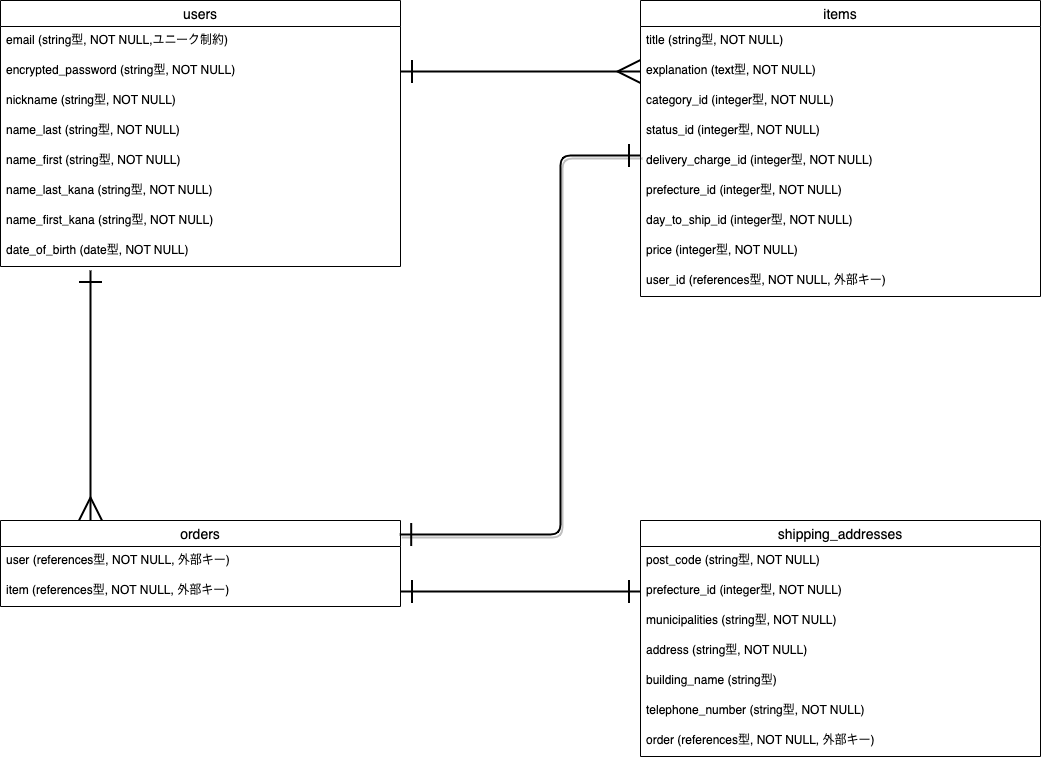
Earlier version of the draw.io export furima.png (mocchio/furima-38971). Source tidied: cells renumbered, new cells last; positions are measured from the earlier drawing's top-left corner, leaving out a move shared by most shapes. Source of this version:
```xml
<mxGraphModel>
  <root>
    <mxCell id="0" />
    <mxCell id="1" parent="0" />
    <mxCell id="2" value="users" style="swimlane;fontStyle=0;horizontal=1;startSize=26;align=center;fontSize=14;" parent="1" vertex="1">
      <mxGeometry width="400" height="266" as="geometry" />
    </mxCell>
    <mxCell id="3" value="email (string型, NOT NULL,ユニーク制約)" style="text;strokeColor=none;fillColor=none;spacingLeft=4;spacingRight=4;overflow=hidden;fontSize=12;" parent="2" vertex="1">
      <mxGeometry y="26" width="400" height="30" as="geometry" />
    </mxCell>
    <mxCell id="4" value="encrypted_password (string型, NOT NULL)" style="text;strokeColor=none;fillColor=none;spacingLeft=4;spacingRight=4;overflow=hidden;points=[[0,0.5],[1,0.5]];portConstraint=eastwest;fontSize=12;" parent="2" vertex="1">
      <mxGeometry y="56" width="400" height="30" as="geometry" />
    </mxCell>
    <mxCell id="5" value="nickname (string型, NOT NULL)" style="text;strokeColor=none;fillColor=none;spacingLeft=4;spacingRight=4;overflow=hidden;fontSize=12;" parent="2" vertex="1">
      <mxGeometry y="86" width="400" height="30" as="geometry" />
    </mxCell>
    <mxCell id="6" value="name_last (string型, NOT NULL)" style="text;strokeColor=none;fillColor=none;spacingLeft=4;spacingRight=4;overflow=hidden;fontSize=12;" parent="2" vertex="1">
      <mxGeometry y="116" width="400" height="30" as="geometry" />
    </mxCell>
    <mxCell id="7" value="name_first (string型, NOT NULL)" style="text;strokeColor=none;fillColor=none;spacingLeft=4;spacingRight=4;overflow=hidden;fontSize=12;" parent="2" vertex="1">
      <mxGeometry y="146" width="400" height="30" as="geometry" />
    </mxCell>
    <mxCell id="8" value="name_last_kana (string型, NOT NULL)" style="text;strokeColor=none;fillColor=none;spacingLeft=4;spacingRight=4;overflow=hidden;fontSize=12;" parent="2" vertex="1">
      <mxGeometry y="176" width="400" height="30" as="geometry" />
    </mxCell>
    <mxCell id="9" value="name_first_kana (string型, NOT NULL)" style="text;strokeColor=none;fillColor=none;spacingLeft=4;spacingRight=4;overflow=hidden;fontSize=12;" parent="2" vertex="1">
      <mxGeometry y="206" width="400" height="30" as="geometry" />
    </mxCell>
    <mxCell id="10" value="date_of_birth (date型, NOT NULL)" style="text;strokeColor=none;fillColor=none;spacingLeft=4;spacingRight=4;overflow=hidden;fontSize=12;" parent="2" vertex="1">
      <mxGeometry y="236" width="400" height="30" as="geometry" />
    </mxCell>
    <mxCell id="11" value="items" style="swimlane;fontStyle=0;horizontal=1;startSize=26;align=center;fontSize=14;" parent="1" vertex="1">
      <mxGeometry x="640" width="400" height="296" as="geometry" />
    </mxCell>
    <mxCell id="12" value="title (string型, NOT NULL)" style="text;strokeColor=none;fillColor=none;spacingLeft=4;spacingRight=4;overflow=hidden;fontSize=12;" parent="11" vertex="1">
      <mxGeometry y="26" width="400" height="30" as="geometry" />
    </mxCell>
    <mxCell id="13" value="explanation (text型, NOT NULL) " style="text;strokeColor=none;fillColor=none;spacingLeft=4;spacingRight=4;overflow=hidden;points=[[0,0.5],[1,0.5]];portConstraint=eastwest;fontSize=12;" parent="11" vertex="1">
      <mxGeometry y="56" width="400" height="30" as="geometry" />
    </mxCell>
    <mxCell id="14" value="category_id (integer型, NOT NULL)" style="text;strokeColor=none;fillColor=none;spacingLeft=4;spacingRight=4;overflow=hidden;fontSize=12;" parent="11" vertex="1">
      <mxGeometry y="86" width="400" height="30" as="geometry" />
    </mxCell>
    <mxCell id="15" value="status_id (integer型, NOT NULL) " style="text;strokeColor=none;fillColor=none;spacingLeft=4;spacingRight=4;overflow=hidden;fontSize=12;" parent="11" vertex="1">
      <mxGeometry y="116" width="400" height="30" as="geometry" />
    </mxCell>
    <mxCell id="16" value="delivery_charge_id (integer型, NOT NULL)" style="text;strokeColor=none;fillColor=none;spacingLeft=4;spacingRight=4;overflow=hidden;fontSize=12;" parent="11" vertex="1">
      <mxGeometry y="146" width="400" height="30" as="geometry" />
    </mxCell>
    <mxCell id="17" value="prefecture_id (integer型, NOT NULL)" style="text;strokeColor=none;fillColor=none;spacingLeft=4;spacingRight=4;overflow=hidden;fontSize=12;" parent="11" vertex="1">
      <mxGeometry y="176" width="400" height="30" as="geometry" />
    </mxCell>
    <mxCell id="18" value="day_to_ship_id (integer型, NOT NULL) " style="text;strokeColor=none;fillColor=none;spacingLeft=4;spacingRight=4;overflow=hidden;fontSize=12;" parent="11" vertex="1">
      <mxGeometry y="206" width="400" height="30" as="geometry" />
    </mxCell>
    <mxCell id="19" value="price (integer型, NOT NULL)" style="text;strokeColor=none;fillColor=none;spacingLeft=4;spacingRight=4;overflow=hidden;fontSize=12;" parent="11" vertex="1">
      <mxGeometry y="236" width="400" height="30" as="geometry" />
    </mxCell>
    <mxCell id="20" value="user_id (references型, NOT NULL, 外部キー)" style="text;strokeColor=none;fillColor=none;spacingLeft=4;spacingRight=4;overflow=hidden;fontSize=12;" parent="11" vertex="1">
      <mxGeometry y="266" width="400" height="30" as="geometry" />
    </mxCell>
    <mxCell id="21" value="orders" style="swimlane;fontStyle=0;horizontal=1;startSize=26;align=center;fontSize=14;" parent="1" vertex="1">
      <mxGeometry y="520" width="400" height="86" as="geometry" />
    </mxCell>
    <mxCell id="22" value="user (references型, NOT NULL, 外部キー)" style="text;strokeColor=none;fillColor=none;spacingLeft=4;spacingRight=4;overflow=hidden;fontSize=12;" parent="21" vertex="1">
      <mxGeometry y="26" width="400" height="30" as="geometry" />
    </mxCell>
    <mxCell id="23" value="item (references型, NOT NULL, 外部キー)" style="text;strokeColor=none;fillColor=none;spacingLeft=4;spacingRight=4;overflow=hidden;points=[[0,0.5],[1,0.5]];portConstraint=eastwest;fontSize=12;" parent="21" vertex="1">
      <mxGeometry y="56" width="400" height="30" as="geometry" />
    </mxCell>
    <mxCell id="24" value="shipping_addresses" style="swimlane;fontStyle=0;horizontal=1;startSize=26;align=center;fontSize=14;" parent="1" vertex="1">
      <mxGeometry x="640" y="520" width="400" height="236" as="geometry" />
    </mxCell>
    <mxCell id="25" value="post_code (string型, NOT NULL)" style="text;strokeColor=none;fillColor=none;spacingLeft=4;spacingRight=4;overflow=hidden;fontSize=12;" parent="24" vertex="1">
      <mxGeometry y="26" width="400" height="30" as="geometry" />
    </mxCell>
    <mxCell id="26" value="prefecture_id (integer型, NOT NULL)" style="text;strokeColor=none;fillColor=none;spacingLeft=4;spacingRight=4;overflow=hidden;points=[[0,0.5],[1,0.5]];portConstraint=eastwest;fontSize=12;" parent="24" vertex="1">
      <mxGeometry y="56" width="400" height="30" as="geometry" />
    </mxCell>
    <mxCell id="27" value="municipalities (string型, NOT NULL)" style="text;strokeColor=none;fillColor=none;spacingLeft=4;spacingRight=4;overflow=hidden;fontSize=12;" parent="24" vertex="1">
      <mxGeometry y="86" width="400" height="30" as="geometry" />
    </mxCell>
    <mxCell id="28" value="address (string型, NOT NULL)" style="text;strokeColor=none;fillColor=none;spacingLeft=4;spacingRight=4;overflow=hidden;fontSize=12;" parent="24" vertex="1">
      <mxGeometry y="116" width="400" height="30" as="geometry" />
    </mxCell>
    <mxCell id="29" value="building_name (string型)" style="text;strokeColor=none;fillColor=none;spacingLeft=4;spacingRight=4;overflow=hidden;fontSize=12;" parent="24" vertex="1">
      <mxGeometry y="146" width="400" height="30" as="geometry" />
    </mxCell>
    <mxCell id="30" value="telephone_number (string型, NOT NULL)" style="text;strokeColor=none;fillColor=none;spacingLeft=4;spacingRight=4;overflow=hidden;fontSize=12;" parent="24" vertex="1">
      <mxGeometry y="176" width="400" height="30" as="geometry" />
    </mxCell>
    <mxCell id="31" value="order (references型, NOT NULL, 外部キー)" style="text;strokeColor=none;fillColor=none;spacingLeft=4;spacingRight=4;overflow=hidden;fontSize=12;" parent="24" vertex="1">
      <mxGeometry y="206" width="400" height="30" as="geometry" />
    </mxCell>
    <mxCell id="32" style="edgeStyle=none;jumpStyle=none;html=1;exitX=1;exitY=0.5;exitDx=0;exitDy=0;entryX=0;entryY=0.5;entryDx=0;entryDy=0;strokeWidth=2;startArrow=ERone;startFill=0;endArrow=ERmany;endFill=0;endSize=20;startSize=20;" parent="1" edge="1" source="4" target="13">
      <mxGeometry relative="1" as="geometry" />
    </mxCell>
    <mxCell id="33" style="edgeStyle=none;jumpStyle=none;html=1;exitX=1;exitY=0.5;exitDx=0;exitDy=0;entryX=0;entryY=0.5;entryDx=0;entryDy=0;strokeWidth=2;startArrow=ERone;startFill=0;endArrow=ERone;endFill=0;startSize=20;endSize=20;" parent="1" edge="1" source="23" target="26">
      <mxGeometry relative="1" as="geometry" />
    </mxCell>
    <mxCell id="34" style="edgeStyle=none;jumpStyle=none;html=1;exitX=0.998;exitY=0.163;exitDx=0;exitDy=0;strokeWidth=2;startArrow=ERone;startFill=0;endArrow=ERone;endFill=0;startSize=20;endSize=20;shadow=1;exitPerimeter=0;" parent="1" edge="1" source="21">
      <mxGeometry relative="1" as="geometry">
        <mxPoint x="640" y="155" as="targetPoint" />
        <Array as="points">
          <mxPoint x="560" y="534" />
          <mxPoint x="560" y="155" />
        </Array>
      </mxGeometry>
    </mxCell>
    <mxCell id="35" style="edgeStyle=none;jumpStyle=none;html=1;entryX=0.225;entryY=0;entryDx=0;entryDy=0;entryPerimeter=0;strokeWidth=2;startArrow=ERone;startFill=0;endArrow=ERmany;endFill=0;startSize=20;endSize=20;" parent="1" edge="1" target="21">
      <mxGeometry relative="1" as="geometry">
        <mxPoint x="90" y="270" as="sourcePoint" />
      </mxGeometry>
    </mxCell>
  </root>
</mxGraphModel>
```
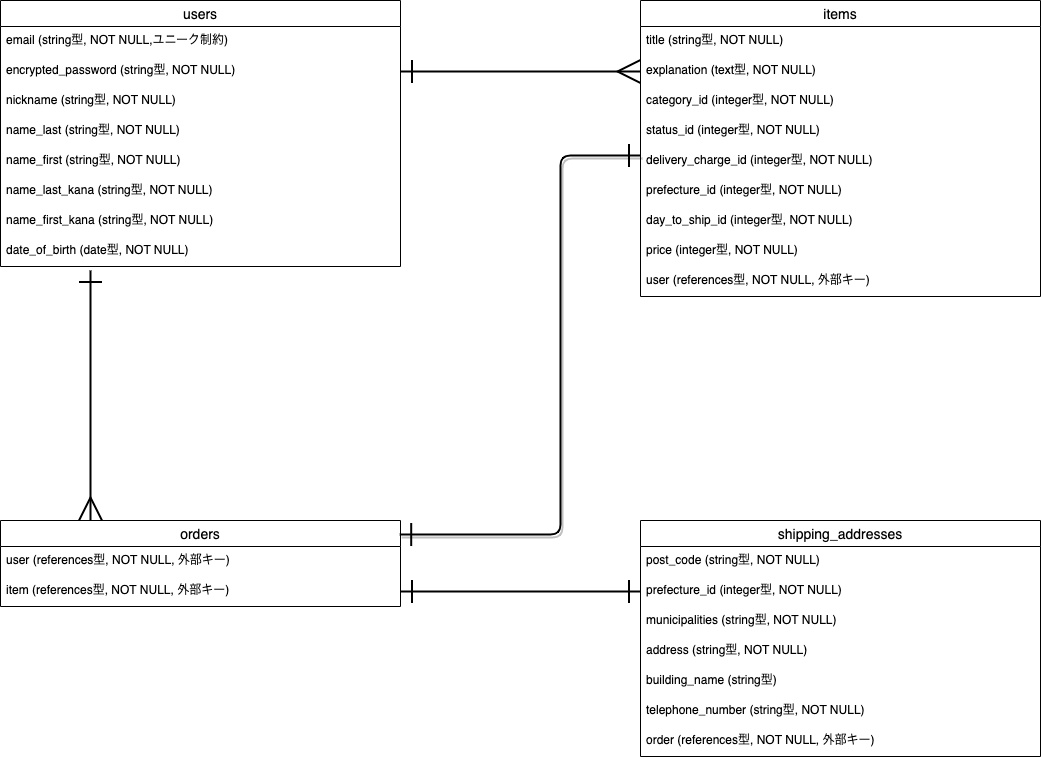
Later version of the same file.

Commit message:
ER図画像置き換え

Change to the diagram source:
```diff
@@ -56,7 +56,7 @@
     <mxCell id="19" value="price (integer型, NOT NULL)" style="text;strokeColor=none;fillColor=none;spacingLeft=4;spacingRight=4;overflow=hidden;fontSize=12;" parent="11" vertex="1">
       <mxGeometry y="236" width="400" height="30" as="geometry" />
     </mxCell>
-    <mxCell id="20" value="user_id (references型, NOT NULL, 外部キー)" style="text;strokeColor=none;fillColor=none;spacingLeft=4;spacingRight=4;overflow=hidden;fontSize=12;" parent="11" vertex="1">
+    <mxCell id="20" value="user (references型, NOT NULL, 外部キー)" style="text;strokeColor=none;fillColor=none;spacingLeft=4;spacingRight=4;overflow=hidden;fontSize=12;" parent="11" vertex="1">
       <mxGeometry y="266" width="400" height="30" as="geometry" />
     </mxCell>
     <mxCell id="21" value="orders" style="swimlane;fontStyle=0;horizontal=1;startSize=26;align=center;fontSize=14;" parent="1" vertex="1">
```
